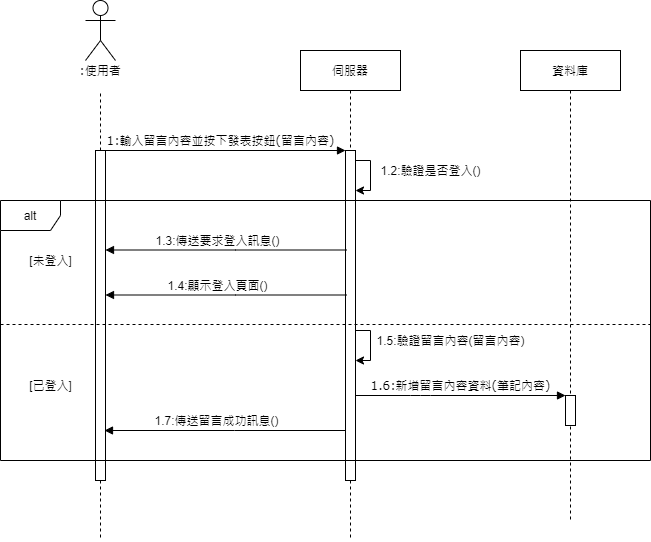
This is src/main/uml/message-2.png from 10746010/Plearnet-back-end, a draw.io export, as it was before one commit. Source tidied: cells renumbered, new cells last; positions are measured from the earlier drawing's top-left corner, leaving out a move shared by most shapes.
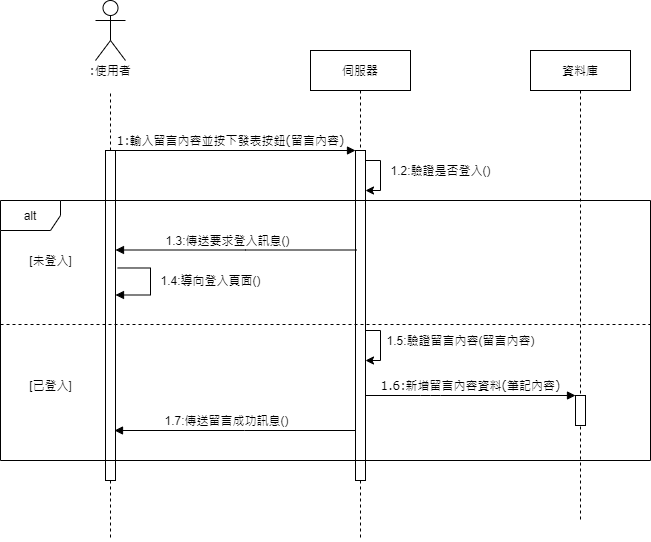
Above is the later version.

Commit message:
update message Sequence Diagram

Change to the diagram source:
```diff
@@ -61,10 +61,10 @@
       </mxGeometry>
     </mxCell>
     <mxCell id="14" value="alt" style="shape=umlFrame;whiteSpace=wrap;html=1;" parent="1" vertex="1">
-      <mxGeometry y="200" width="650" height="260" as="geometry" />
+      <mxGeometry x="-10" y="200" width="650" height="260" as="geometry" />
     </mxCell>
     <mxCell id="15" style="line;strokeWidth=1;fillColor=none;align=left;verticalAlign=middle;spacingTop=-1;spacingLeft=3;spacingRight=3;labelPosition=right;sketch=0;fontSize=12;dashed=1;" parent="1" vertex="1">
-      <mxGeometry y="320" width="650" height="8" as="geometry" />
+      <mxGeometry x="-10" y="320" width="650" height="8" as="geometry" />
     </mxCell>
     <mxCell id="16" value="1.5:驗證留言內容(留言內容)" style="edgeStyle=orthogonalEdgeStyle;rounded=0;orthogonalLoop=1;jettySize=auto;html=1;" parent="1" edge="1">
       <mxGeometry x="-0.17" y="80" relative="1" as="geometry">
@@ -76,12 +76,12 @@
         </Array>
       </mxGeometry>
     </mxCell>
-    <mxCell id="17" value="1.4:顯示登入頁面()" style="edgeStyle=orthogonalEdgeStyle;rounded=0;orthogonalLoop=1;jettySize=auto;html=1;endArrow=block;endFill=1;" parent="1" edge="1">
-      <mxGeometry x="0.07" y="-10" relative="1" as="geometry">
-        <mxPoint x="346" y="294.5" as="sourcePoint" />
+    <mxCell id="17" value="1.4:導向登入頁面()" style="edgeStyle=orthogonalEdgeStyle;rounded=0;jettySize=auto;html=1;endArrow=block;endFill=1;exitX=1.22;exitY=0.356;exitDx=0;exitDy=0;exitPerimeter=0;" parent="1" edge="1" source="8">
+      <mxGeometry x="-0.04" y="60" relative="1" as="geometry">
         <mxPoint x="105" y="294.5" as="targetPoint" />
         <Array as="points">
-          <mxPoint x="235" y="294.5" />
+          <mxPoint x="140" y="268" />
+          <mxPoint x="140" y="295" />
         </Array>
       </mxGeometry>
     </mxCell>
@@ -95,10 +95,10 @@
       </mxGeometry>
     </mxCell>
     <mxCell id="19" value="[未登入]" style="text;html=1;align=center;verticalAlign=middle;strokeColor=none;" parent="1" vertex="1">
-      <mxGeometry x="20" y="250" width="60" height="20" as="geometry" />
+      <mxGeometry x="10" y="250" width="60" height="20" as="geometry" />
     </mxCell>
     <mxCell id="20" value="[已登入]" style="text;html=1;align=center;verticalAlign=middle;strokeColor=none;" parent="1" vertex="1">
-      <mxGeometry x="20" y="375" width="60" height="20" as="geometry" />
+      <mxGeometry x="10" y="375" width="60" height="20" as="geometry" />
     </mxCell>
     <mxCell id="21" style="edgeStyle=orthogonalEdgeStyle;rounded=0;jettySize=auto;html=1;dashed=1;endArrow=none;endFill=0;" parent="1" edge="1" source="8">
       <mxGeometry relative="1" as="geometry">
```
